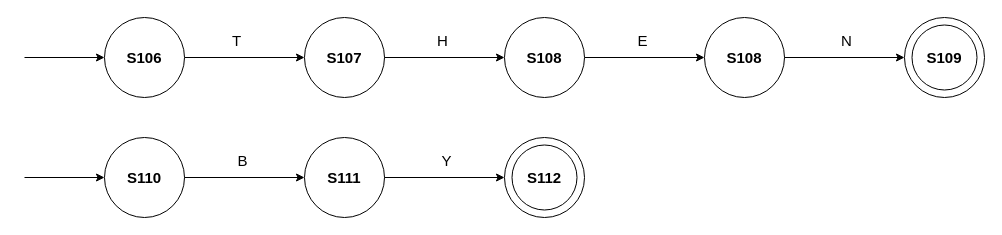
Before: noiseWords.drawio in MonaJea-Ng/Projects, a draw.io diagram. Source tidied: cells renumbered, new cells numbered last; positions are measured from the earlier drawing's top-left corner, leaving out a move shared by most shapes. Both pictures are drawn from the tidied source at 100%, with x=0, y=0 at pixel (24, 17).
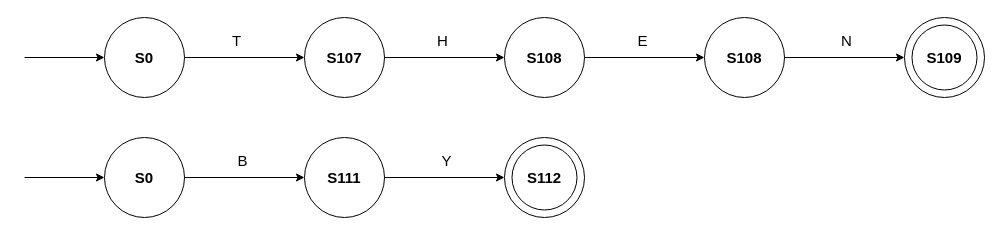
The same page after the edit.

The edit, as a diff of the source:
```diff
@@
-    <mxCell id="16" value="&lt;b style=&quot;font-size: 15px;&quot;&gt;S106&lt;/b&gt;" style="text;html=1;strokeColor=none;fillColor=none;align=center;verticalAlign=middle;whiteSpace=wrap;rounded=0;fontSize=15;" parent="1" vertex="1">
+    <mxCell id="16" value="&lt;b style=&quot;font-size: 15px;&quot;&gt;S0&lt;/b&gt;" style="text;html=1;strokeColor=none;fillColor=none;align=center;verticalAlign=middle;whiteSpace=wrap;rounded=0;fontSize=15;" parent="1" vertex="1">
       <mxGeometry x="90" y="25" width="60" height="30" as="geometry" />
     </mxCell>
@@
-    <mxCell id="22" value="&lt;b style=&quot;font-size: 15px;&quot;&gt;S110&lt;/b&gt;" style="text;html=1;strokeColor=none;fillColor=none;align=center;verticalAlign=middle;whiteSpace=wrap;rounded=0;fontSize=15;" parent="1" vertex="1">
+    <mxCell id="22" value="&lt;b style=&quot;font-size: 15px;&quot;&gt;S0&lt;/b&gt;" style="text;html=1;strokeColor=none;fillColor=none;align=center;verticalAlign=middle;whiteSpace=wrap;rounded=0;fontSize=15;" parent="1" vertex="1">
       <mxGeometry x="90" y="145" width="60" height="30" as="geometry" />
     </mxCell>
```
